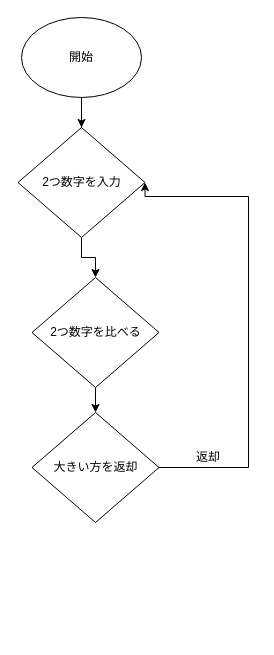
The draw.io diagram Untitled Diagram.drawio in HanyuC2019/flowchart, before the edit. Source tidied: cells renumbered, new cells numbered last; positions are measured from the earlier drawing's top-left corner, leaving out a move shared by most shapes. Both pictures are drawn from the tidied source at 100%, with x=0, y=0 at pixel (18, 17).
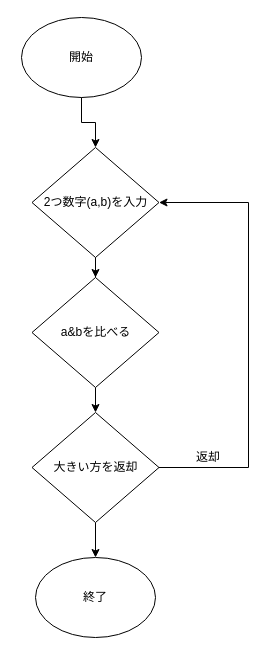
The same page after the edit.

Diff of the diagram source:
```diff
@@
 <mxGraphModel>
   <root>
     <mxCell id="0" />
     <mxCell id="1" parent="0" />
-    <mxCell id="2" style="edgeStyle=orthogonalEdgeStyle;rounded=0;jettySize=auto;html=1;" parent="1" edge="1" source="9">
-      <mxGeometry relative="1" as="geometry">
-        <mxPoint x="63" y="160" as="targetPoint" />
-      </mxGeometry>
-    </mxCell>
     <mxCell id="3" value="開始" style="ellipse;whiteSpace=wrap;html=1;" parent="1" vertex="1">
       <mxGeometry x="3" width="120" height="80" as="geometry" />
     </mxCell>
     <mxCell id="4" style="edgeStyle=orthogonalEdgeStyle;rounded=0;jettySize=auto;html=1;" parent="1" edge="1" source="9" target="6">
       <mxGeometry relative="1" as="geometry" />
     </mxCell>
     <mxCell id="5" style="edgeStyle=orthogonalEdgeStyle;rounded=0;jettySize=auto;html=1;" parent="1" edge="1" source="6" target="8">
       <mxGeometry relative="1" as="geometry" />
     </mxCell>
-    <mxCell id="6" value="2つ数字を比べる" style="rhombus;whiteSpace=wrap;html=1;" parent="1" vertex="1">
+    <mxCell id="6" value="a&amp;amp;bを比べる" style="rhombus;whiteSpace=wrap;html=1;" parent="1" vertex="1">
       <mxGeometry x="13.5" y="260" width="127" height="110" as="geometry" />
     </mxCell>
     <mxCell id="7" style="edgeStyle=orthogonalEdgeStyle;rounded=0;jettySize=auto;html=1;entryX=1;entryY=0.5;entryDx=0;entryDy=0;" parent="1" edge="1" source="8" target="9">
       <mxGeometry relative="1" as="geometry">
         <Array as="points">
           <mxPoint x="230" y="450" />
-          <mxPoint x="230" y="179" />
+          <mxPoint x="230" y="185" />
         </Array>
       </mxGeometry>
     </mxCell>
+    <mxCell id="12" style="edgeStyle=orthogonalEdgeStyle;rounded=0;jettySize=auto;html=1;entryX=0.5;entryY=0;entryDx=0;entryDy=0;" parent="1" edge="1" source="8" target="13">
+      <mxGeometry relative="1" as="geometry" />
+    </mxCell>
     <mxCell id="8" value="大きい方を返却" style="rhombus;whiteSpace=wrap;html=1;" parent="1" vertex="1">
       <mxGeometry x="13.5" y="395" width="127" height="110" as="geometry" />
     </mxCell>
-    <mxCell id="9" value="2つ数字を入力" style="rhombus;whiteSpace=wrap;html=1;" parent="1" vertex="1">
-      <mxGeometry x="-0.5" y="110" width="127" height="110" as="geometry" />
+    <mxCell id="9" value="2つ数字(a,b)を入力" style="rhombus;whiteSpace=wrap;html=1;" parent="1" vertex="1">
+      <mxGeometry x="13.5" y="130" width="127" height="110" as="geometry" />
     </mxCell>
     <mxCell id="10" style="edgeStyle=orthogonalEdgeStyle;rounded=0;jettySize=auto;html=1;" parent="1" edge="1" source="3" target="9">
       <mxGeometry relative="1" as="geometry" />
     </mxCell>
     <mxCell id="11" value="返却" style="text;html=1;strokeColor=none;fillColor=none;align=center;verticalAlign=middle;whiteSpace=wrap;rounded=0;" parent="1" vertex="1">
       <mxGeometry x="170" y="430" width="40" height="20" as="geometry" />
     </mxCell>
+    <mxCell id="13" value="終了" style="ellipse;whiteSpace=wrap;html=1;" parent="1" vertex="1">
+      <mxGeometry x="17" y="540" width="120" height="80" as="geometry" />
+    </mxCell>
   </root>
 </mxGraphModel>
```
